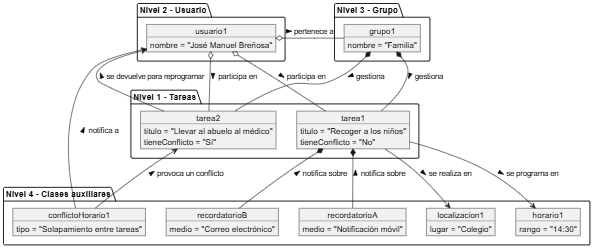
This is documents/modelosUML/modeloDeDominio/diagramaObjetos/diagramaObjetos.png from inigovaqueroo04/25-26-IdSw1-SdR, a PlantUML export, as it was before one commit. Its source is kept beside it as documents/modelosUML/modeloDeDominio/diagramaObjetos/diagramaObjetos.puml. Its diagram source:
```plantuml
@startuml Diagrama de Objetos - Conflicto Horario
top to bottom direction
skinparam classAttributeIconSize 0

package "Nivel 1 - Tareas" {
  object tarea1 {
    titulo = "Recoger a los niños"
    tieneConflicto = "No"
  }

  object tarea2 {
    titulo = "Llevar al abuelo al médico"
    tieneConflicto = "Sí"
  }
}

package "Nivel 2 - Usuario" {
  object usuario1 {
    nombre = "José Manuel Breñosa"
  }
}

package "Nivel 3 - Grupo" {
  object grupo1 {
    nombre = "Familia"
  }
}

package "Nivel 4 - Clases auxiliares" {

  object conflictoHorario1 {
    tipo = "Solapamiento entre tareas"
  }

  object recordatorioA {
    medio = "Notificación móvil"
  }

  object recordatorioB {
    medio = "Correo electrónico"
  }

  object localizacion1 {
    lugar = "Colegio"
  }

  object horario1 {
    rango = "14:30"
  }
}

grupo1 *-- tarea1 : gestiona >
grupo1 *-- tarea2 : gestiona >

usuario1 o-- tarea1 : participa en >
usuario1 o-- tarea2 : participa en >
usuario1 o-- grupo1 : pertenece a >

tarea1 --> localizacion1 : se realiza en >
tarea1 --> horario1 : se programa en >

tarea1 *-- recordatorioA : notifica sobre <
tarea1 *-- recordatorioB : notifica sobre <

tarea2 <-- conflictoHorario1 : provoca un conflicto <
conflictoHorario1 --> usuario1 : notifica a >
tarea2 --> usuario1 : se devuelve para reprogramar >

@enduml
```
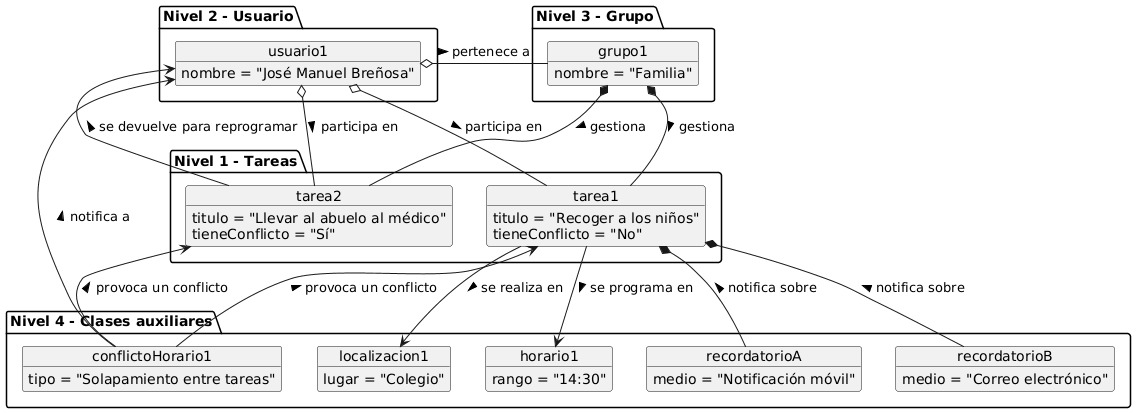
The same file after the commit.

Commit message:
Fix diagrama de objetos: Ref issue #19

The edit, as a diff of the source:
```diff
@@ -63,6 +63,7 @@
 tarea1 *-- recordatorioB : notifica sobre <
 
 tarea2 <-- conflictoHorario1 : provoca un conflicto <
+tarea1 <-- conflictoHorario1 : provoca un conflicto <
 conflictoHorario1 --> usuario1 : notifica a >
 tarea2 --> usuario1 : se devuelve para reprogramar >
 
```
